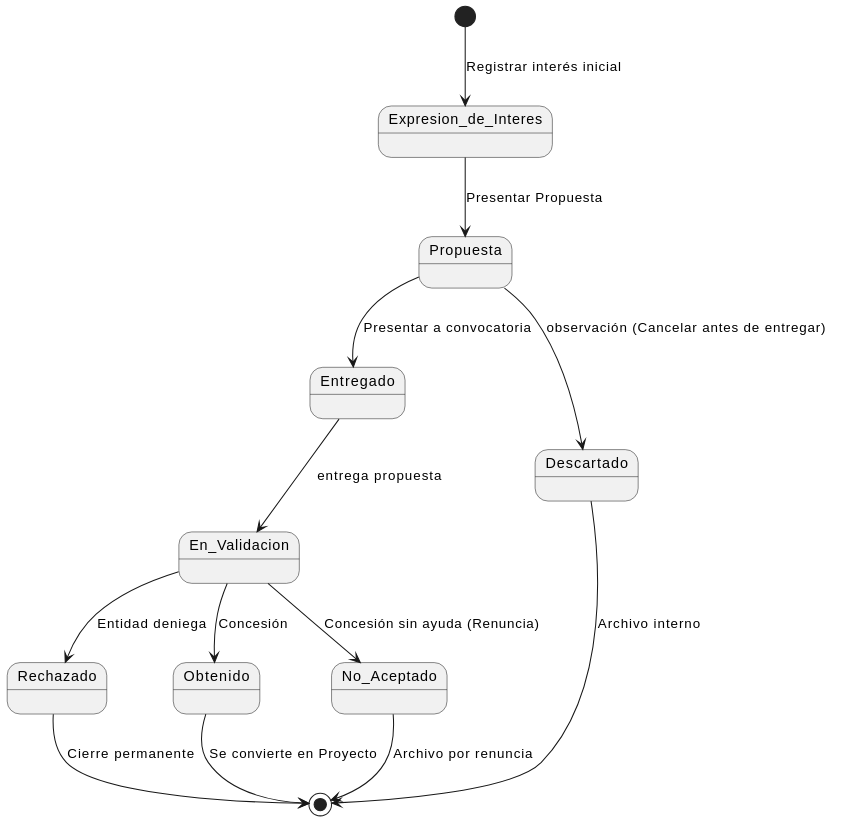
Angelo2272/26-27-IdSw1-SDR keeps this PlantUML diagram as images/00-modelo-del-dominio/diagrama-de-estados-propuesta.svg. Above is the earlier version.
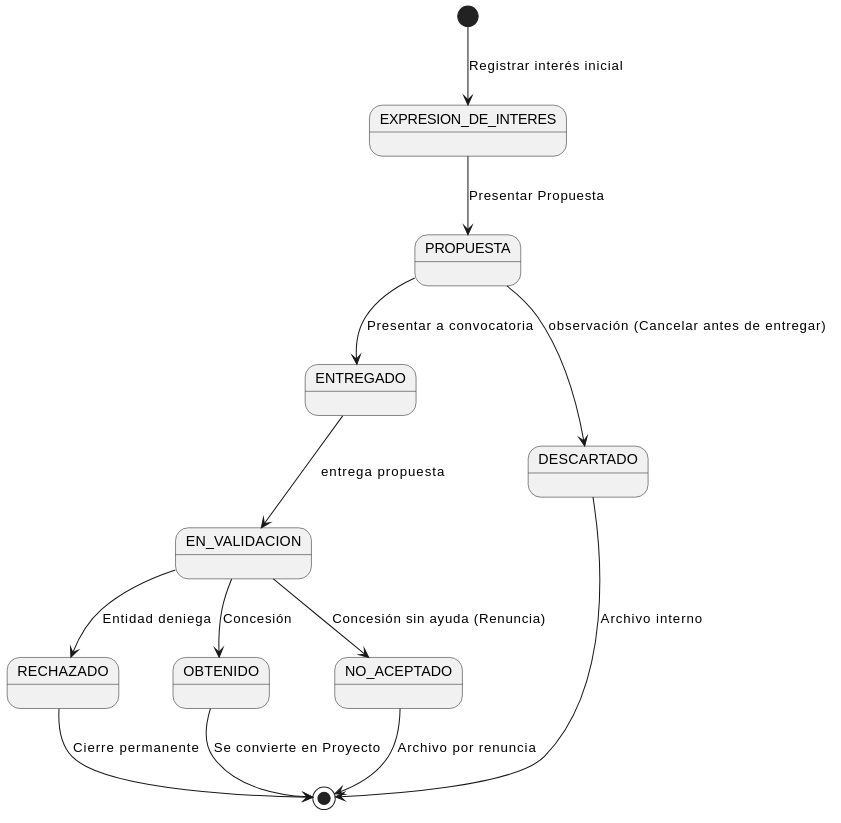
After the commit.

Commit message:
fix: nombres en mayusucla de DE

The edit, as a diff of the source:
```diff
@@ -1,44 +1,29 @@
 @startuml
 scale 600 width
 
-[*] --> Expresion_de_Interes : Registrar interés inicial
+[*] --> EXPRESION_DE_INTERES : Registrar interés inicial
 
-state Expresion_de_Interes {
-}
+state EXPRESION_DE_INTERES
+state PROPUESTA
+state ENTREGADO
+state EN_VALIDACION
+state DESCARTADO
+state RECHAZADO
+state OBTENIDO
+state NO_ACEPTADO
 
-state Propuesta {
-}
+EXPRESION_DE_INTERES --> PROPUESTA : Presentar Propuesta
+PROPUESTA --> ENTREGADO : Presentar a convocatoria
+ENTREGADO --> EN_VALIDACION : entrega propuesta
 
-state Entregado {
-}
+EN_VALIDACION --> OBTENIDO : Concesión
+EN_VALIDACION --> RECHAZADO : Entidad deniega
 
-state En_Validacion {
-}
+PROPUESTA --> DESCARTADO : observación (Cancelar antes de entregar)
+EN_VALIDACION --> NO_ACEPTADO : Concesión sin ayuda (Renuncia)
 
-state Descartado {
-}
-
-state Rechazado {
-}
-
-state Obtenido {
-}
-
-state No_Aceptado {
-}
-
-Expresion_de_Interes --> Propuesta : Presentar Propuesta
-Propuesta --> Entregado : Presentar a convocatoria
-Entregado --> En_Validacion : entrega propuesta
-
-En_Validacion --> Obtenido : Concesión
-En_Validacion --> Rechazado : Entidad deniega
-
-Propuesta --> Descartado : observación (Cancelar antes de entregar)
-En_Validacion --> No_Aceptado : Concesión sin ayuda (Renuncia)
-
-Obtenido --> [*] : Se convierte en Proyecto
-Rechazado --> [*] : Cierre permanente
-Descartado --> [*] : Archivo interno
-No_Aceptado --> [*] : Archivo por renuncia
+OBTENIDO --> [*] : Se convierte en Proyecto
+RECHAZADO --> [*] : Cierre permanente
+DESCARTADO --> [*] : Archivo interno
+NO_ACEPTADO --> [*] : Archivo por renuncia
 @enduml
```
